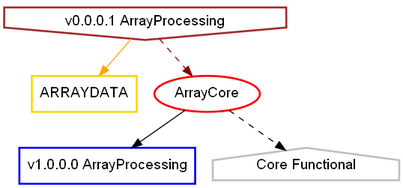
This is img/ArrayProcessingFamilyTree.png from Nakama3942/ALGOR, a Graphviz export, as it was before one commit. Its source is kept beside it as img/ArrayProcessingFamilyTree.gv. Source of this version:
```dot
digraph G {
fontname="Helvetica,Arial,sans-serif"
node [fontname="Helvetica,Arial,sans-serif"]
edge [fontname="Helvetica,Arial,sans-serif"]

CLASS_old_ArrayProcessing [shape=invhouse,color=brown,style=bold,label="v0.0.0.1 ArrayProcessing",fillcolor="grey"];
CLASS_ARRAYDATA [shape=box,color=gold,style=bold,label="ARRAYDATA"];
CLASS_ArrayCore [color=red,style=bold,label="ArrayCore"];
CLASS_new_ArrayProcessing [shape=box,color=blue,style=bold,label="v1.0.0.0 ArrayProcessing"];
CLASS_Core [shape=house,color=silver,style=bold,label="Core Functional"];

 CLASS_old_ArrayProcessing -> CLASS_ArrayCore [style=dashed,color=darkred];
 CLASS_old_ArrayProcessing -> CLASS_ARRAYDATA [color=orange];
 CLASS_ArrayCore -> CLASS_Core [style=dashed];
 CLASS_ArrayCore -> CLASS_new_ArrayProcessing;
}
```
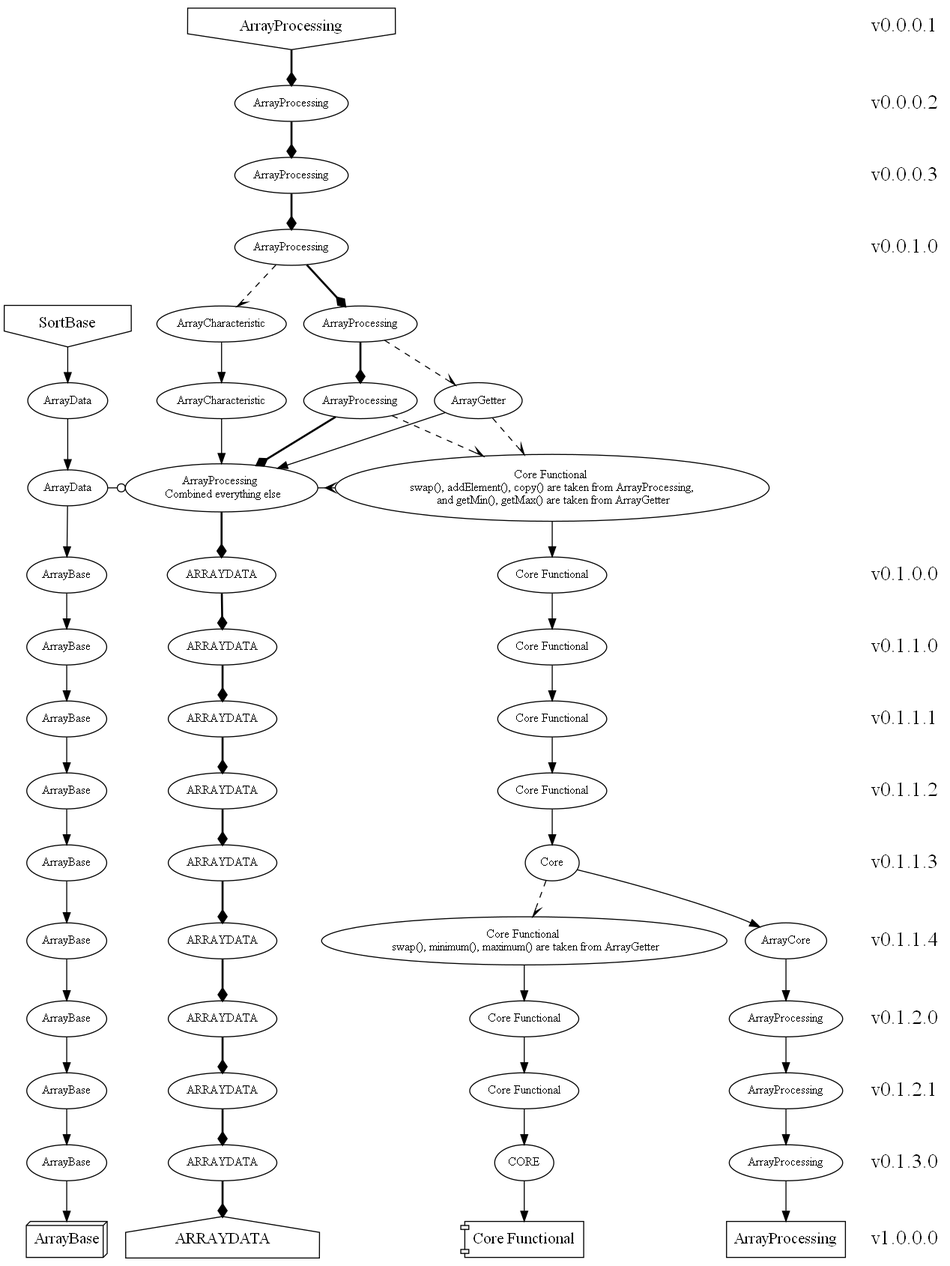
Later version of the same file.

The edit, as a diff of the source:
```diff
@@ -1,16 +1,327 @@
-digraph G {
-fontname="Helvetica,Arial,sans-serif"
-node [fontname="Helvetica,Arial,sans-serif"]
-edge [fontname="Helvetica,Arial,sans-serif"]
-
-CLASS_old_ArrayProcessing [shape=invhouse,color=brown,style=bold,label="v0.0.0.1 ArrayProcessing",fillcolor="grey"];
-CLASS_ARRAYDATA [shape=box,color=gold,style=bold,label="ARRAYDATA"];
-CLASS_ArrayCore [color=red,style=bold,label="ArrayCore"];
-CLASS_new_ArrayProcessing [shape=box,color=blue,style=bold,label="v1.0.0.0 ArrayProcessing"];
-CLASS_Core [shape=house,color=silver,style=bold,label="Core Functional"];
-
- CLASS_old_ArrayProcessing -> CLASS_ArrayCore [style=dashed,color=darkred];
- CLASS_old_ArrayProcessing -> CLASS_ARRAYDATA [color=orange];
- CLASS_ArrayCore -> CLASS_Core [style=dashed];
- CLASS_ArrayCore -> CLASS_new_ArrayProcessing;
+digraph "G" {
+	graph [
+		size = "30",
+		fontname = "Helvetica,Arial,sans-serif",
+	];
+	node [
+		fontsize = "12",
+	];
+	"CLASS_0001_ArrayProcessing" [
+		shape = "invhouse",
+		fontsize = "16",
+		label = "ArrayProcessing",
+	];
+	"CLASS_0002_ArrayProcessing" [
+		label = "ArrayProcessing",
+	];
+	"CLASS_0003_ArrayProcessing" [
+		label = "ArrayProcessing",
+	];
+	"CLASS_0010_ArrayProcessing" [
+		label = "ArrayProcessing",
+	];
+	"CLASS_0010_1_ArrayProcessing" [
+		label = "ArrayProcessing",
+	];
+	"CLASS_0010_1_ArrayCharacteristic" [
+		label = "ArrayCharacteristic",
+	];
+	"CLASS_0010_1_SortBase" [
+		shape = "invhouse",
+		fontsize = "16",
+		label = "SortBase",
+	];
+	"CLASS_0010_2_ArrayProcessing" [
+		label = "ArrayProcessing",
+	];
+	"CLASS_0010_2_ArrayGetter" [
+		label = "ArrayGetter",
+	];
+	"CLASS_0010_2_ArrayCharacteristic" [
+		label = "ArrayCharacteristic",
+	];
+	"CLASS_0010_2_ArrayData" [
+		label = "ArrayData",
+	];
+	"CLASS_0010_3_CoreFunctional" [
+		label = "Core Functional \n swap(), addElement(), copy() are taken from ArrayProcessing, \n and getMin(), getMax() are taken from ArrayGetter",
+	];
+	"CLASS_0010_3_ArrayProcessing" [
+		label = "ArrayProcessing \n Combined everything else",
+	];
+	"CLASS_0010_3_ArrayData" [
+		label = "ArrayData",
+	];
+	"CLASS_0100_CoreFunctional" [
+		label = "Core Functional",
+	];
+	"CLASS_0100_ARRAYDATA" [
+		label = "ARRAYDATA",
+	];
+	"CLASS_0100_ArrayBase" [
+		label = "ArrayBase",
+	];
+	"CLASS_0110_CoreFunctional" [
+		label = "Core Functional",
+	];
+	"CLASS_0110_ARRAYDATA" [
+		label = "ARRAYDATA",
+	];
+	"CLASS_0110_ArrayBase" [
+		label = "ArrayBase",
+	];
+	"CLASS_0111_CoreFunctional" [
+		label = "Core Functional",
+	];
+	"CLASS_0111_ARRAYDATA" [
+		label = "ARRAYDATA",
+	];
+	"CLASS_0111_ArrayBase" [
+		label = "ArrayBase",
+	];
+	"CLASS_0112_CoreFunctional" [
+		label = "Core Functional",
+	];
+	"CLASS_0112_ARRAYDATA" [
+		label = "ARRAYDATA",
+	];
+	"CLASS_0112_ArrayBase" [
+		label = "ArrayBase",
+	];
+	"CLASS_0113_Core" [
+		label = "Core",
+	];
+	"CLASS_0113_ARRAYDATA" [
+		label = "ARRAYDATA",
+	];
+	"CLASS_0113_ArrayBase" [
+		label = "ArrayBase",
+	];
+	"CLASS_0114_CoreFunctional" [
+		label = "Core Functional \n swap(), minimum(), maximum() are taken from ArrayGetter",
+	];
+	"CLASS_0114_ArrayCore" [
+		label = "ArrayCore",
+	];
+	"CLASS_0114_ARRAYDATA" [
+		label = "ARRAYDATA",
+	];
+	"CLASS_0114_ArrayBase" [
+		label = "ArrayBase",
+	];
+	"CLASS_0120_CoreFunctional" [
+		label = "Core Functional",
+	];
+	"CLASS_0120_ArrayProcessing" [
+		label = "ArrayProcessing",
+	];
+	"CLASS_0120_ARRAYDATA" [
+		label = "ARRAYDATA",
+	];
+	"CLASS_0120_ArrayBase" [
+		label = "ArrayBase",
+	];
+	"CLASS_0121_CoreFunctional" [
+		label = "Core Functional",
+	];
+	"CLASS_0121_ArrayProcessing" [
+		label = "ArrayProcessing",
+	];
+	"CLASS_0121_ARRAYDATA" [
+		label = "ARRAYDATA",
+	];
+	"CLASS_0121_ArrayBase" [
+		label = "ArrayBase",
+	];
+	"CLASS_0130_CORE" [
+		label = "CORE",
+	];
+	"CLASS_0130_ArrayProcessing" [
+		label = "ArrayProcessing",
+	];
+	"CLASS_0130_ARRAYDATA" [
+		label = "ARRAYDATA",
+	];
+	"CLASS_0130_ArrayBase" [
+		label = "ArrayBase",
+	];
+	"CLASS_1000_CoreFunctional" [
+		shape = "component",
+		fontsize = "16",
+		label = "Core Functional",
+	];
+	"CLASS_1000_ArrayProcessing" [
+		shape = "box",
+		fontsize = "16",
+		label = "ArrayProcessing",
+	];
+	"CLASS_1000_ARRAYDATA" [
+		shape = "house",
+		fontsize = "16",
+		label = "ARRAYDATA",
+	];
+	"CLASS_1000_ArrayBase" [
+		shape = "box3d",
+		fontsize = "16",
+		label = "ArrayBase",
+	];
+	subgraph {
+		edge [
+			color = "white",
+		];
+		node [
+			shape = "plaintext",
+			fontsize = "20",
+		];
+		"v0.0.0.1" -> "v0.0.0.2" -> "v0.0.0.3" -> "v0.0.1.0" -> "v0.1.0.0" -> "v0.1.1.0" -> "v0.1.1.1" -> "v0.1.1.2" -> "v0.1.1.3" -> "v0.1.1.4" -> "v0.1.2.0" -> "v0.1.2.1" -> "v0.1.3.0" -> "v1.0.0.0";
+	}
+	subgraph {
+		rank = "same";
+		"v0.0.0.1";
+		"CLASS_0001_ArrayProcessing";
+	}
+	subgraph {
+		rank = "same";
+		"v0.0.0.2";
+		"CLASS_0002_ArrayProcessing";
+	}
+	subgraph {
+		rank = "same";
+		"v0.0.0.3";
+		"CLASS_0003_ArrayProcessing";
+	}
+	subgraph {
+		rank = "same";
+		"v0.0.1.0";
+		"CLASS_0010_ArrayProcessing";
+	}
+	subgraph {
+		rank = "same";
+		"CLASS_0010_1_ArrayProcessing";
+		"CLASS_0010_1_ArrayCharacteristic";
+		"CLASS_0010_1_SortBase";
+	}
+	subgraph {
+		rank = "same";
+		"CLASS_0010_2_ArrayProcessing";
+		"CLASS_0010_2_ArrayGetter";
+		"CLASS_0010_2_ArrayCharacteristic";
+		"CLASS_0010_2_ArrayData";
+	}
+	subgraph {
+		rank = "same";
+		"CLASS_0010_3_CoreFunctional";
+		"CLASS_0010_3_ArrayProcessing";
+		"CLASS_0010_3_ArrayData";
+	}
+	subgraph {
+		rank = "same";
+		"v0.1.0.0";
+		"CLASS_0100_CoreFunctional";
+		"CLASS_0100_ARRAYDATA";
+		"CLASS_0100_ArrayBase";
+	}
+	subgraph {
+		rank = "same";
+		"v0.1.1.0";
+		"CLASS_0110_CoreFunctional";
+		"CLASS_0110_ARRAYDATA";
+		"CLASS_0110_ArrayBase";
+	}
+	subgraph {
+		rank = "same";
+		"v0.1.1.1";
+		"CLASS_0111_CoreFunctional";
+		"CLASS_0111_ARRAYDATA";
+		"CLASS_0111_ArrayBase";
+	}
+	subgraph {
+		rank = "same";
+		"v0.1.1.2";
+		"CLASS_0112_CoreFunctional";
+		"CLASS_0112_ARRAYDATA";
+		"CLASS_0112_ArrayBase";
+	}
+	subgraph {
+		rank = "same";
+		"v0.1.1.3";
+		"CLASS_0113_Core";
+		"CLASS_0113_ARRAYDATA";
+		"CLASS_0113_ArrayBase";
+	}
+	subgraph {
+		rank = "same";
+		"v0.1.1.4";
+		"CLASS_0114_CoreFunctional";
+		"CLASS_0114_ArrayCore";
+		"CLASS_0114_ARRAYDATA";
+		"CLASS_0114_ArrayBase";
+	}
+	subgraph {
+		rank = "same";
+		"v0.1.2.0";
+		"CLASS_0120_CoreFunctional";
+		"CLASS_0120_ArrayProcessing";
+		"CLASS_0120_ARRAYDATA";
+		"CLASS_0120_ArrayBase";
+	}
+	subgraph {
+		rank = "same";
+		"v0.1.2.1";
+		"CLASS_0121_CoreFunctional";
+		"CLASS_0121_ArrayProcessing";
+		"CLASS_0121_ARRAYDATA";
+		"CLASS_0121_ArrayBase";
+	}
+	subgraph {
+		rank = "same";
+		"v0.1.3.0";
+		"CLASS_0130_CORE";
+		"CLASS_0130_ArrayProcessing";
+		"CLASS_0130_ARRAYDATA";
+		"CLASS_0130_ArrayBase";
+	}
+	subgraph {
+		rank = "same";
+		"v1.0.0.0";
+		"CLASS_1000_CoreFunctional";
+		"CLASS_1000_ArrayProcessing";
+		"CLASS_1000_ARRAYDATA";
+		"CLASS_1000_ArrayBase";
+	}
+	"CLASS_0001_ArrayProcessing" -> "CLASS_0002_ArrayProcessing" -> "CLASS_0003_ArrayProcessing" -> "CLASS_0010_ArrayProcessing" -> "CLASS_0010_1_ArrayProcessing" -> "CLASS_0010_2_ArrayProcessing" -> "CLASS_0010_3_ArrayProcessing" -> "CLASS_0100_ARRAYDATA" -> "CLASS_0110_ARRAYDATA" -> "CLASS_0111_ARRAYDATA" -> "CLASS_0112_ARRAYDATA" -> "CLASS_0113_ARRAYDATA" -> "CLASS_0114_ARRAYDATA" -> "CLASS_0120_ARRAYDATA" -> "CLASS_0121_ARRAYDATA" -> "CLASS_0130_ARRAYDATA" -> "CLASS_1000_ARRAYDATA" [
+		arrowhead = "diamond",
+		style = "bold",
+	];
+	"CLASS_0010_ArrayProcessing" -> "CLASS_0010_1_ArrayCharacteristic" [
+		arrowhead = "halfopen",
+		style = "dashed",
+	];
+	"CLASS_0010_1_ArrayCharacteristic" -> "CLASS_0010_2_ArrayCharacteristic" -> "CLASS_0010_3_ArrayProcessing";
+	"CLASS_0010_1_ArrayProcessing" -> "CLASS_0010_2_ArrayGetter" [
+		arrowhead = "halfopen",
+		style = "dashed",
+	];
+	"CLASS_0010_2_ArrayGetter" -> "CLASS_0010_3_ArrayProcessing";
+	"CLASS_0010_2_ArrayProcessing" -> "CLASS_0010_3_CoreFunctional" [
+		arrowhead = "halfopen",
+		style = "dashed",
+	];
+	"CLASS_0010_2_ArrayGetter" -> "CLASS_0010_3_CoreFunctional" [
+		arrowhead = "halfopen",
+		style = "dashed",
+	];
+	"CLASS_0010_3_ArrayProcessing" -> "CLASS_0010_3_CoreFunctional" [
+		arrowhead = "crow",
+	];
+	"CLASS_0010_3_CoreFunctional" -> "CLASS_0100_CoreFunctional" -> "CLASS_0110_CoreFunctional" -> "CLASS_0111_CoreFunctional" -> "CLASS_0112_CoreFunctional" -> "CLASS_0113_Core" -> "CLASS_0114_ArrayCore" -> "CLASS_0120_ArrayProcessing" -> "CLASS_0121_ArrayProcessing" -> "CLASS_0130_ArrayProcessing" -> "CLASS_1000_ArrayProcessing";
+	"CLASS_0113_Core" -> "CLASS_0114_CoreFunctional" [
+		arrowhead = "halfopen",
+		style = "dashed",
+	];
+	"CLASS_0114_CoreFunctional" -> "CLASS_0120_CoreFunctional" -> "CLASS_0121_CoreFunctional" -> "CLASS_0130_CORE" -> "CLASS_1000_CoreFunctional";
+	"CLASS_0010_1_SortBase" -> "CLASS_0010_2_ArrayData" -> "CLASS_0010_3_ArrayData" -> "CLASS_0100_ArrayBase" -> "CLASS_0110_ArrayBase" -> "CLASS_0111_ArrayBase" -> "CLASS_0112_ArrayBase" -> "CLASS_0113_ArrayBase" -> "CLASS_0114_ArrayBase" -> "CLASS_0120_ArrayBase" -> "CLASS_0121_ArrayBase" -> "CLASS_0130_ArrayBase" -> "CLASS_1000_ArrayBase";
+	"CLASS_0010_3_ArrayData" -> "CLASS_0010_3_ArrayProcessing" [
+		arrowhead = "odot",
+	];
 }
```
